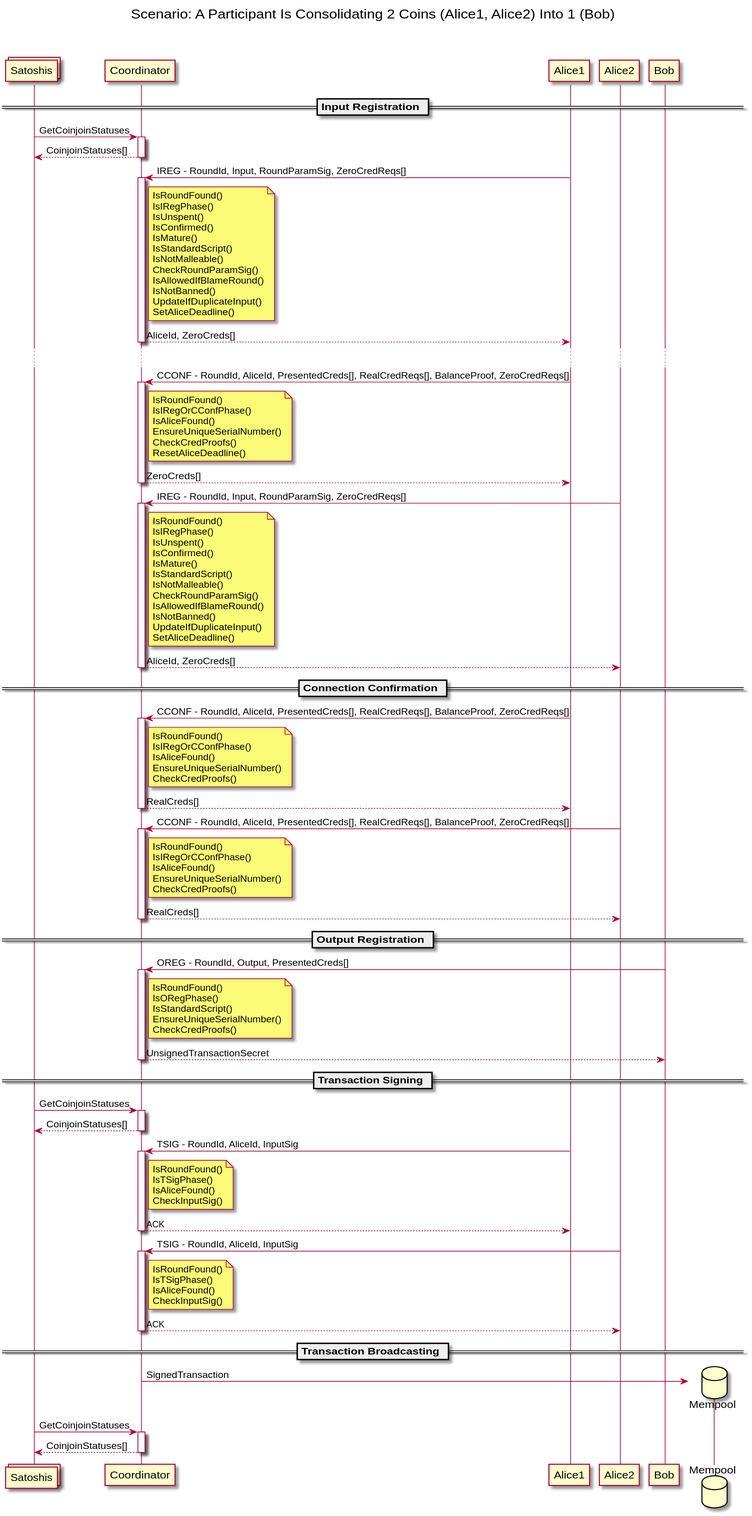
Above: diagrams/interaction_diagram.svg in WalletWasabi/WabiSabi (PlantUML), before the change.
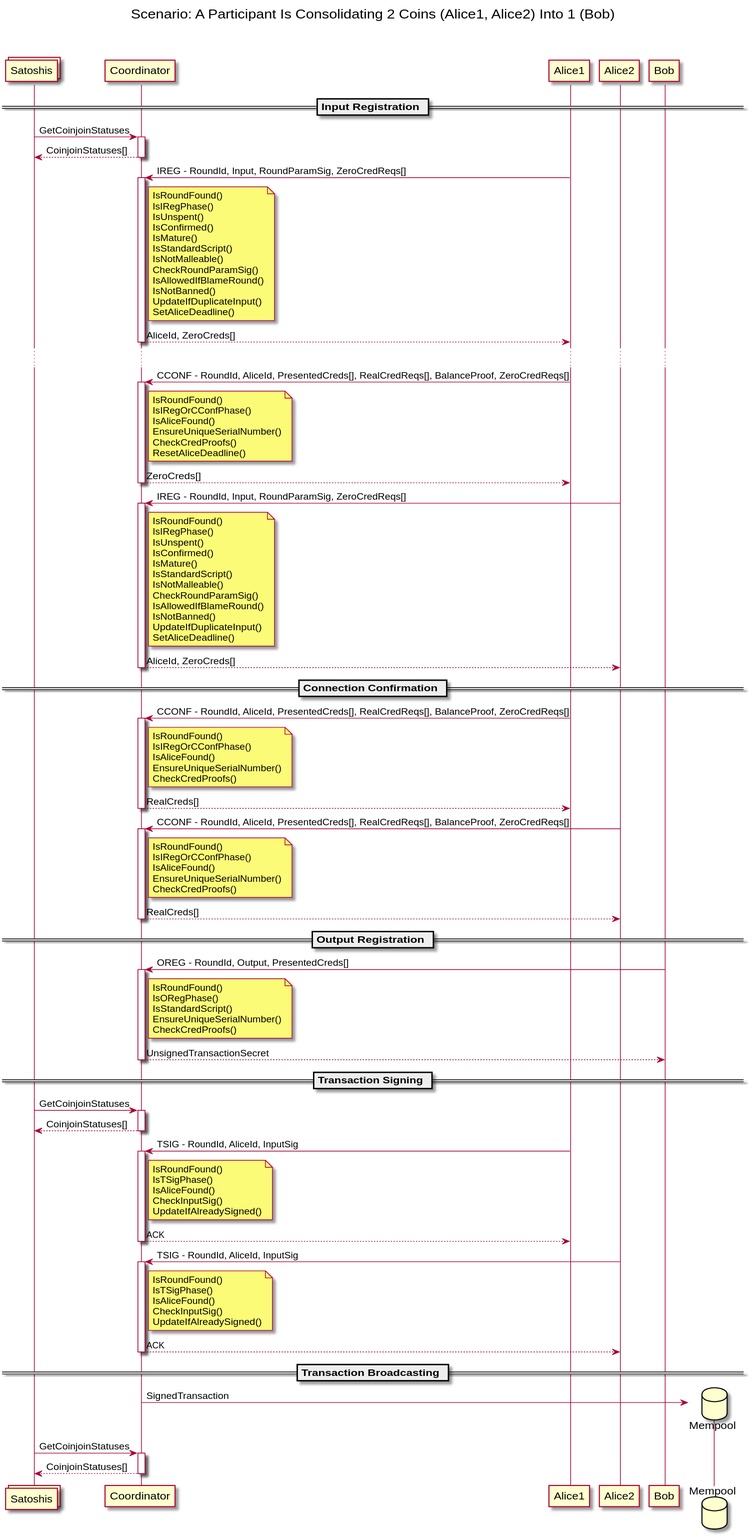
After the change.

Diff of the diagram source:
```diff
@@ -104,6 +104,7 @@
     IsTSigPhase()
     IsAliceFound()
     CheckInputSig()
+    UpdateIfAlreadySigned()
 end note
 return ACK
 
@@ -113,6 +114,7 @@
     IsTSigPhase()
     IsAliceFound()
     CheckInputSig()
+    UpdateIfAlreadySigned()
 end note
 return ACK
 
```
